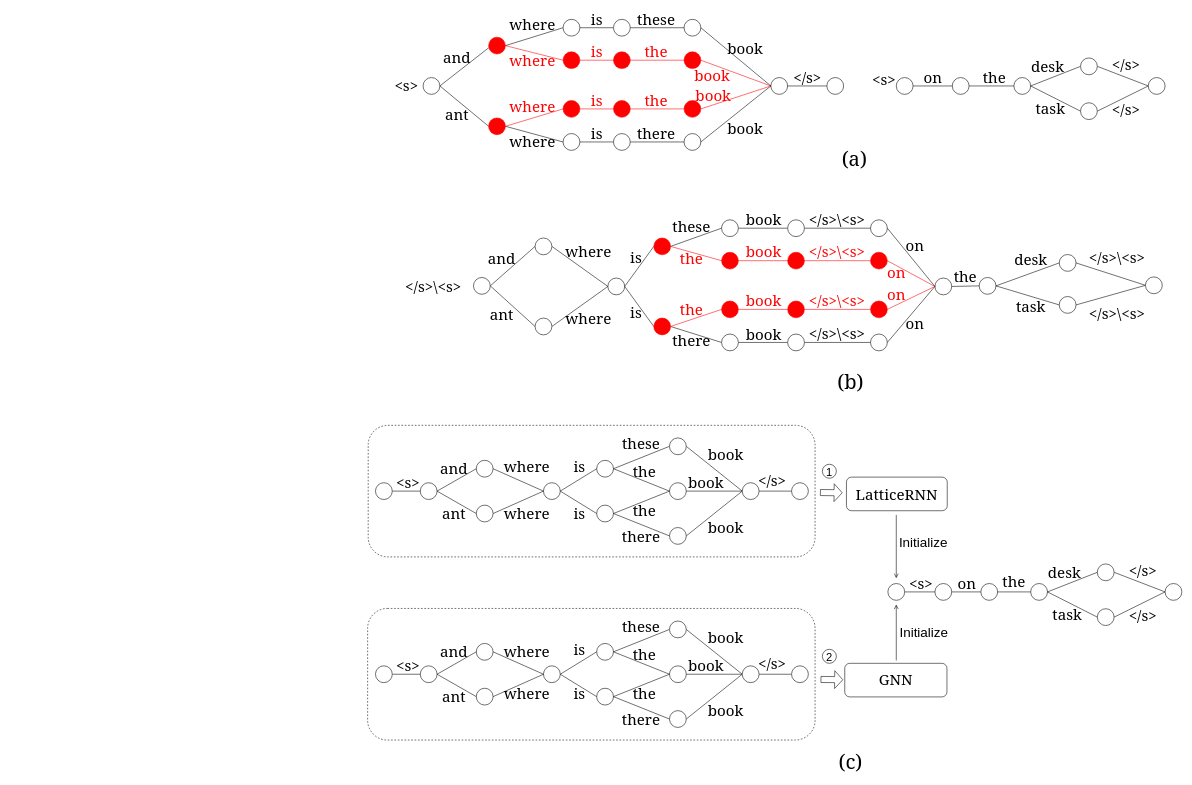
Earlier version of the draw.io diagram figures/Cross-Utterance LM based Lattice Rescoring.drawio (AmourWaltz/OtherProjects). Source tidied: cells renumbered, new cells numbered last; positions are measured from the earlier drawing's top-left corner, leaving out a move shared by most shapes. Both pictures are drawn from the tidied source at 56%, with x=0, y=0 at pixel (367, 14).
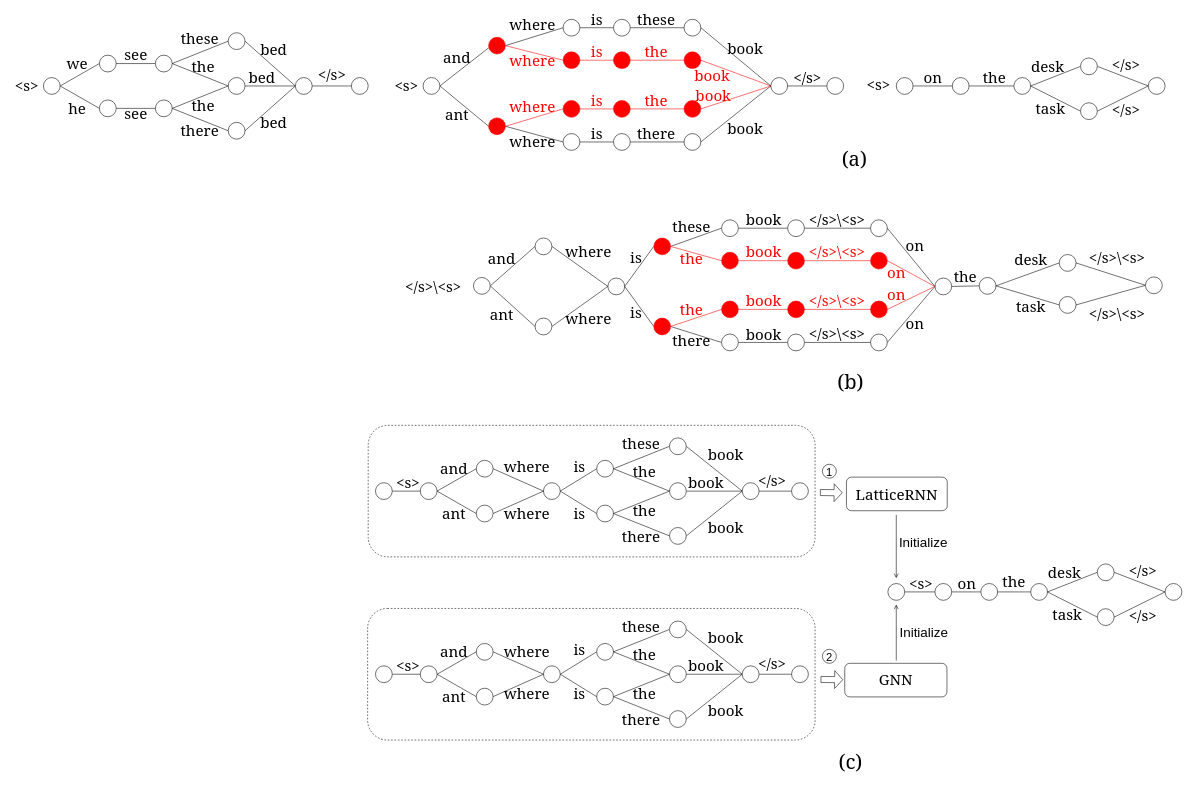
The same diagram, later.

The edit, as a diff of the source:
```diff
@@
     <mxCell id="60" value="&lt;font style=&quot;font-size: 27px&quot; face=&quot;Georgia&quot;&gt;&amp;lt;s&amp;gt;&lt;/font&gt;" style="text;html=1;align=center;verticalAlign=middle;strokeColor=none;fillColor=none;" parent="1" vertex="1">
-      <mxGeometry x="892" y="106" width="60" height="20" as="geometry" />
+      <mxGeometry x="882" y="116" width="60" height="20" as="geometry" />
     </mxCell>
@@
+    <mxCell id="277" style="rounded=0;jettySize=auto;html=1;exitX=1;exitY=0.5;exitDx=0;exitDy=0;entryX=0;entryY=0.5;entryDx=0;entryDy=0;endArrow=none;endFill=0;fontColor=#FF0000;strokeColor=#000000;fillColor=#e51400;" parent="1" edge="1" source="279" target="282">
+      <mxGeometry relative="1" as="geometry" />
+    </mxCell>
+    <mxCell id="278" style="edgeStyle=none;rounded=0;jettySize=auto;html=1;exitX=1;exitY=0.5;exitDx=0;exitDy=0;entryX=0;entryY=0.5;entryDx=0;entryDy=0;endArrow=none;endFill=0;fontColor=#FF0000;strokeColor=#000000;fillColor=#e51400;" parent="1" edge="1" source="299" target="285">
+      <mxGeometry relative="1" as="geometry" />
+    </mxCell>
+    <mxCell id="279" style="ellipse;whiteSpace=wrap;html=1;fontColor=#ffffff;strokeColor=#000000;fillColor=none;" parent="1" vertex="1">
+      <mxGeometry x="-479" y="73" width="30" height="30" as="geometry" />
+    </mxCell>
+    <mxCell id="280" style="edgeStyle=none;rounded=0;jettySize=auto;html=1;exitX=1;exitY=0.5;exitDx=0;exitDy=0;entryX=0;entryY=0.5;entryDx=0;entryDy=0;endArrow=none;endFill=0;" parent="1" edge="1" source="282" target="287">
+      <mxGeometry relative="1" as="geometry" />
+    </mxCell>
+    <mxCell id="281" style="edgeStyle=none;rounded=0;jettySize=auto;html=1;exitX=1;exitY=0.5;exitDx=0;exitDy=0;entryX=0;entryY=0.5;entryDx=0;entryDy=0;endArrow=none;endFill=0;strokeColor=#000000;fillColor=#e51400;" parent="1" edge="1" source="282" target="289">
+      <mxGeometry relative="1" as="geometry" />
+    </mxCell>
+    <mxCell id="282" style="ellipse;whiteSpace=wrap;html=1;fontColor=#ffffff;strokeColor=#000000;fillColor=none;" parent="1" vertex="1">
+      <mxGeometry x="-379" y="73" width="30" height="30" as="geometry" />
+    </mxCell>
+    <mxCell id="283" style="edgeStyle=none;rounded=0;jettySize=auto;html=1;exitX=1;exitY=0.5;exitDx=0;exitDy=0;endArrow=none;endFill=0;entryX=0;entryY=0.5;entryDx=0;entryDy=0;strokeColor=#000000;fillColor=#e51400;" parent="1" edge="1" source="285" target="289">
+      <mxGeometry relative="1" as="geometry" />
+    </mxCell>
+    <mxCell id="284" style="edgeStyle=none;rounded=0;jettySize=auto;html=1;exitX=1;exitY=0.5;exitDx=0;exitDy=0;entryX=0;entryY=0.5;entryDx=0;entryDy=0;endArrow=none;endFill=0;" parent="1" edge="1" source="285" target="291">
+      <mxGeometry relative="1" as="geometry" />
+    </mxCell>
+    <mxCell id="285" style="ellipse;whiteSpace=wrap;html=1;fontColor=#ffffff;strokeColor=#000000;fillColor=none;" parent="1" vertex="1">
+      <mxGeometry x="-379" y="153" width="30" height="30" as="geometry" />
+    </mxCell>
+    <mxCell id="286" style="edgeStyle=none;rounded=0;jettySize=auto;html=1;exitX=1;exitY=0.5;exitDx=0;exitDy=0;entryX=0;entryY=0.5;entryDx=0;entryDy=0;fontSize=18;endArrow=none;endFill=0;" parent="1" edge="1" source="287" target="296">
+      <mxGeometry relative="1" as="geometry" />
+    </mxCell>
+    <mxCell id="287" style="ellipse;whiteSpace=wrap;html=1;" parent="1" vertex="1">
+      <mxGeometry x="-249" y="33" width="30" height="30" as="geometry" />
+    </mxCell>
+    <mxCell id="288" style="edgeStyle=none;rounded=0;jettySize=auto;html=1;exitX=1;exitY=0.5;exitDx=0;exitDy=0;entryX=0;entryY=0.5;entryDx=0;entryDy=0;fontSize=18;endArrow=none;endFill=0;" parent="1" edge="1" source="289" target="296">
+      <mxGeometry relative="1" as="geometry" />
+    </mxCell>
+    <mxCell id="289" style="ellipse;whiteSpace=wrap;html=1;strokeColor=#000000;fillColor=none;fontColor=#ffffff;" parent="1" vertex="1">
+      <mxGeometry x="-249" y="113" width="30" height="30" as="geometry" />
+    </mxCell>
+    <mxCell id="290" style="edgeStyle=none;rounded=0;jettySize=auto;html=1;exitX=1;exitY=0.5;exitDx=0;exitDy=0;entryX=0;entryY=0.5;entryDx=0;entryDy=0;fontSize=18;endArrow=none;endFill=0;" parent="1" edge="1" source="291" target="296">
+      <mxGeometry relative="1" as="geometry" />
+    </mxCell>
+    <mxCell id="291" style="ellipse;whiteSpace=wrap;html=1;" parent="1" vertex="1">
+      <mxGeometry x="-249" y="193" width="30" height="30" as="geometry" />
+    </mxCell>
+    <mxCell id="292" style="edgeStyle=none;rounded=0;jettySize=auto;html=1;exitX=1;exitY=0.5;exitDx=0;exitDy=0;entryX=0;entryY=0.5;entryDx=0;entryDy=0;fontSize=18;endArrow=none;endFill=0;" parent="1" edge="1" source="294" target="279">
+      <mxGeometry relative="1" as="geometry" />
+    </mxCell>
+    <mxCell id="293" style="rounded=0;jettySize=auto;html=1;exitX=1;exitY=0.5;exitDx=0;exitDy=0;entryX=0;entryY=0.5;entryDx=0;entryDy=0;fontFamily=Georgia;fontSize=27;endArrow=none;endFill=0;" parent="1" edge="1" source="294" target="299">
+      <mxGeometry relative="1" as="geometry" />
+    </mxCell>
+    <mxCell id="294" style="ellipse;whiteSpace=wrap;html=1;" parent="1" vertex="1">
+      <mxGeometry x="-579" y="113" width="30" height="30" as="geometry" />
+    </mxCell>
+    <mxCell id="295" style="edgeStyle=none;rounded=0;jettySize=auto;html=1;exitX=1;exitY=0.5;exitDx=0;exitDy=0;entryX=0;entryY=0.5;entryDx=0;entryDy=0;fontSize=18;endArrow=none;endFill=0;" parent="1" edge="1" source="296" target="297">
+      <mxGeometry relative="1" as="geometry" />
+    </mxCell>
+    <mxCell id="296" style="ellipse;whiteSpace=wrap;html=1;" parent="1" vertex="1">
+      <mxGeometry x="-129" y="113" width="30" height="30" as="geometry" />
+    </mxCell>
+    <mxCell id="297" style="ellipse;whiteSpace=wrap;html=1;" parent="1" vertex="1">
+      <mxGeometry x="-29" y="113" width="30" height="30" as="geometry" />
+    </mxCell>
+    <mxCell id="298" value="&lt;font style=&quot;font-size: 27px&quot; face=&quot;Georgia&quot;&gt;&amp;lt;s&amp;gt;&lt;/font&gt;" style="text;html=1;align=center;verticalAlign=middle;strokeColor=none;fillColor=none;" parent="1" vertex="1">
+      <mxGeometry x="-639" y="118" width="60" height="20" as="geometry" />
+    </mxCell>
+    <mxCell id="299" style="ellipse;whiteSpace=wrap;html=1;fontColor=#ffffff;strokeColor=#000000;fillColor=none;" parent="1" vertex="1">
+      <mxGeometry x="-479" y="153" width="30" height="30" as="geometry" />
+    </mxCell>
+    <mxCell id="300" value="&lt;font style=&quot;font-size: 27px&quot; face=&quot;Georgia&quot;&gt;we&lt;/font&gt;" style="text;html=1;align=center;verticalAlign=middle;strokeColor=none;fillColor=none;" parent="1" vertex="1">
+      <mxGeometry x="-544" y="78" width="50" height="20" as="geometry" />
+    </mxCell>
+    <mxCell id="301" value="&lt;font style=&quot;font-size: 27px&quot; face=&quot;Georgia&quot;&gt;he&lt;/font&gt;" style="text;html=1;align=center;verticalAlign=middle;strokeColor=none;fillColor=none;" parent="1" vertex="1">
+      <mxGeometry x="-539" y="158" width="40" height="20" as="geometry" />
+    </mxCell>
+    <mxCell id="302" value="&lt;font style=&quot;font-size: 27px&quot; face=&quot;Georgia&quot;&gt;see&lt;/font&gt;" style="text;html=1;align=center;verticalAlign=middle;strokeColor=none;fillColor=none;fontColor=#000000;" parent="1" vertex="1">
+      <mxGeometry x="-439" y="63" width="50" height="20" as="geometry" />
+    </mxCell>
+    <mxCell id="303" value="&lt;font style=&quot;font-size: 27px&quot; face=&quot;Georgia&quot;&gt;see&lt;/font&gt;" style="text;html=1;align=center;verticalAlign=middle;strokeColor=none;fillColor=none;fontColor=#000000;" parent="1" vertex="1">
+      <mxGeometry x="-439" y="168" width="50" height="20" as="geometry" />
+    </mxCell>
+    <mxCell id="304" value="&lt;font style=&quot;font-size: 27px&quot; face=&quot;Georgia&quot;&gt;the&lt;/font&gt;" style="text;html=1;align=center;verticalAlign=middle;strokeColor=none;fillColor=none;fontColor=#000000;" parent="1" vertex="1">
+      <mxGeometry x="-319" y="153" width="50" height="20" as="geometry" />
+    </mxCell>
+    <mxCell id="305" value="&lt;font style=&quot;font-size: 27px&quot; face=&quot;Georgia&quot;&gt;the&lt;/font&gt;" style="text;html=1;align=center;verticalAlign=middle;strokeColor=none;fillColor=none;fontColor=#000000;" parent="1" vertex="1">
+      <mxGeometry x="-319" y="83" width="50" height="20" as="geometry" />
+    </mxCell>
+    <mxCell id="306" value="&lt;font style=&quot;font-size: 27px&quot; face=&quot;Georgia&quot;&gt;these&lt;/font&gt;" style="text;html=1;align=center;verticalAlign=middle;strokeColor=none;fillColor=none;" parent="1" vertex="1">
+      <mxGeometry x="-340" y="33" width="80" height="20" as="geometry" />
+    </mxCell>
+    <mxCell id="307" value="&lt;font style=&quot;font-size: 27px&quot; face=&quot;Georgia&quot;&gt;there&lt;/font&gt;" style="text;html=1;align=center;verticalAlign=middle;strokeColor=none;fillColor=none;" parent="1" vertex="1">
+      <mxGeometry x="-340" y="198" width="80" height="20" as="geometry" />
+    </mxCell>
+    <mxCell id="308" value="&lt;font style=&quot;font-size: 27px&quot; face=&quot;Georgia&quot;&gt;bed&lt;/font&gt;" style="text;html=1;align=center;verticalAlign=middle;strokeColor=none;fillColor=none;" parent="1" vertex="1">
+      <mxGeometry x="-198" y="53" width="60" height="20" as="geometry" />
+    </mxCell>
+    <mxCell id="309" value="&lt;font style=&quot;font-size: 27px&quot; face=&quot;Georgia&quot;&gt;bed&lt;/font&gt;" style="text;html=1;align=center;verticalAlign=middle;strokeColor=none;fillColor=none;" parent="1" vertex="1">
+      <mxGeometry x="-219" y="103" width="60" height="20" as="geometry" />
+    </mxCell>
+    <mxCell id="310" value="&lt;font style=&quot;font-size: 27px&quot; face=&quot;Georgia&quot;&gt;&amp;lt;/s&amp;gt;&lt;/font&gt;" style="text;html=1;align=center;verticalAlign=middle;strokeColor=none;fillColor=none;" parent="1" vertex="1">
+      <mxGeometry x="-99" y="98" width="70" height="20" as="geometry" />
+    </mxCell>
+    <mxCell id="311" value="&lt;font style=&quot;font-size: 27px&quot; face=&quot;Georgia&quot;&gt;bed&lt;/font&gt;" style="text;html=1;align=center;verticalAlign=middle;strokeColor=none;fillColor=none;" parent="1" vertex="1">
+      <mxGeometry x="-198" y="183" width="60" height="20" as="geometry" />
+    </mxCell>
```
